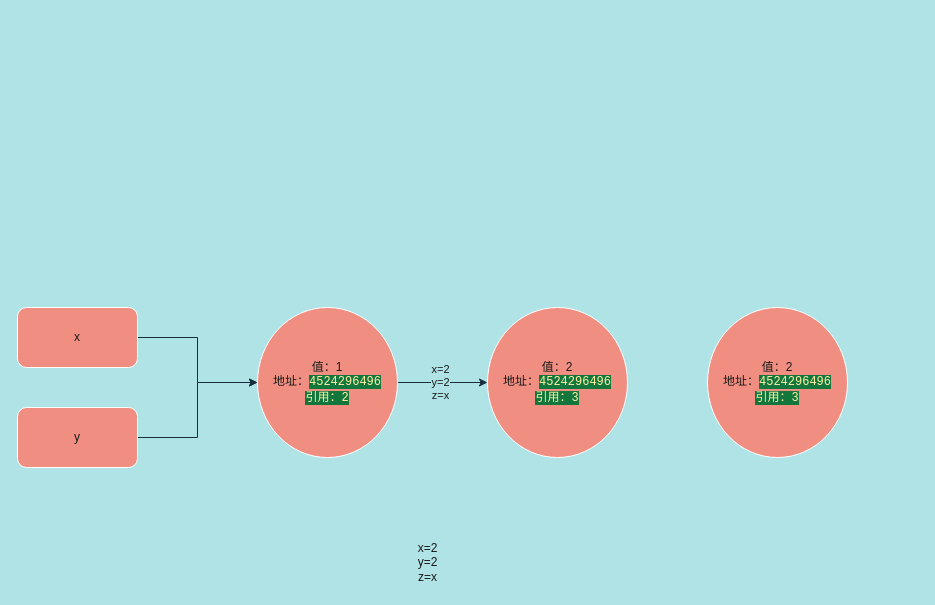
Above: page "datatype" (11 of 11) of tree/tree.drawio in Christings/wechat (draw.io), before the change. Source tidied: cells renumbered, new cells numbered last; positions are measured from the earlier drawing's top-left corner, leaving out a move shared by most shapes. Both pictures are drawn from the tidied source at 100%, with x=0, y=0 at pixel (17, 307).
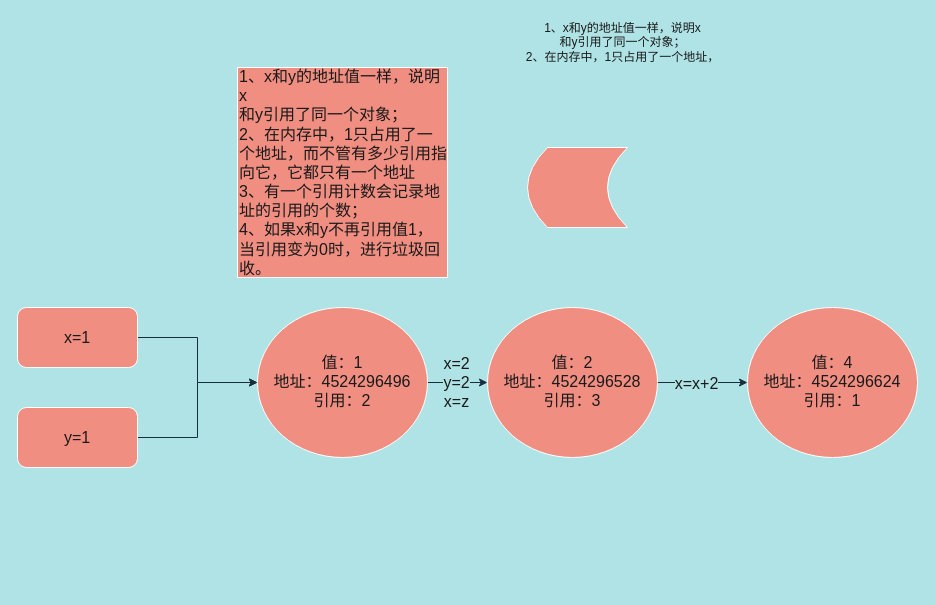
The same page after the edit.

The edit, as a diff of the source:
```diff
@@
 <mxGraphModel background="#B0E3E6">
   <root>
     <mxCell id="0" />
     <mxCell id="1" parent="0" />
-    <mxCell id="2" style="edgeStyle=orthogonalEdgeStyle;rounded=0;jettySize=auto;html=1;labelBackgroundColor=#B0E3E6;strokeColor=#182E3E;fontColor=#1A1A1A;" parent="1" edge="1" source="3" target="8">
+    <mxCell id="2" style="edgeStyle=orthogonalEdgeStyle;rounded=0;jettySize=auto;html=1;strokeColor=#182E3E;fontColor=#1A1A1A;fontSize=16;labelBackgroundColor=#B0E3E6;" parent="1" edge="1" source="3" target="8">
       <mxGeometry relative="1" as="geometry" />
     </mxCell>
-    <mxCell id="3" value="x" style="rounded=1;whiteSpace=wrap;html=1;fillColor=#F08E81;strokeColor=#FFFFFF;fontColor=#1A1A1A;" parent="1" vertex="1">
+    <mxCell id="3" value="x=1" style="rounded=1;whiteSpace=wrap;html=1;fillColor=#F08E81;strokeColor=#FFFFFF;fontColor=#1A1A1A;fontSize=16;" parent="1" vertex="1">
       <mxGeometry width="120" height="60" as="geometry" />
     </mxCell>
-    <mxCell id="4" style="edgeStyle=orthogonalEdgeStyle;rounded=0;jettySize=auto;html=1;labelBackgroundColor=#B0E3E6;strokeColor=#182E3E;fontColor=#1A1A1A;" parent="1" edge="1" source="5" target="8">
+    <mxCell id="4" style="edgeStyle=orthogonalEdgeStyle;rounded=0;jettySize=auto;html=1;strokeColor=#182E3E;fontColor=#1A1A1A;fontSize=16;labelBackgroundColor=#B0E3E6;" parent="1" edge="1" source="5" target="8">
       <mxGeometry relative="1" as="geometry" />
     </mxCell>
-    <mxCell id="5" value="y" style="rounded=1;whiteSpace=wrap;html=1;fillColor=#F08E81;strokeColor=#FFFFFF;fontColor=#1A1A1A;" parent="1" vertex="1">
+    <mxCell id="5" value="y=1" style="rounded=1;whiteSpace=wrap;html=1;fillColor=#F08E81;strokeColor=#FFFFFF;fontColor=#1A1A1A;fontSize=16;" parent="1" vertex="1">
       <mxGeometry y="100" width="120" height="60" as="geometry" />
     </mxCell>
-    <mxCell id="6" style="edgeStyle=orthogonalEdgeStyle;rounded=0;jettySize=auto;html=1;labelBackgroundColor=#B0E3E6;strokeColor=#182E3E;fontColor=#1A1A1A;" parent="1" edge="1" source="8">
+    <mxCell id="6" style="edgeStyle=orthogonalEdgeStyle;rounded=0;jettySize=auto;html=1;strokeColor=#182E3E;fontColor=#1A1A1A;fontSize=16;labelBackgroundColor=#B0E3E6;" parent="1" edge="1" source="8">
       <mxGeometry relative="1" as="geometry">
         <mxPoint x="470" y="75" as="targetPoint" />
       </mxGeometry>
     </mxCell>
-    <mxCell id="7" value="x=2&lt;br&gt;y=2&lt;br&gt;z=x" style="edgeLabel;html=1;align=center;verticalAlign=middle;labelBackgroundColor=#B0E3E6;fontColor=#1A1A1A;" parent="6" vertex="1">
+    <mxCell id="7" value="x=2&lt;br&gt;y=2&lt;br&gt;x=z" style="edgeLabel;html=1;align=center;verticalAlign=middle;fontColor=#1A1A1A;fontSize=16;labelBackgroundColor=#B0E3E6;" parent="6" vertex="1">
       <mxGeometry x="-0.07" y="1" relative="1" as="geometry" />
     </mxCell>
-    <mxCell id="8" value="值：1&lt;br&gt;地址：&lt;span style=&quot;background-color: rgb(19 , 119 , 61) ; color: rgb(255 , 240 , 165) ; font-family: &amp;#34;courier&amp;#34;&quot;&gt;4524296496&lt;br&gt;引用：2&lt;br&gt;&lt;/span&gt;" style="ellipse;whiteSpace=wrap;html=1;fillColor=#F08E81;strokeColor=#FFFFFF;fontColor=#1A1A1A;" parent="1" vertex="1">
-      <mxGeometry x="240" width="140" height="150" as="geometry" />
+    <mxCell id="8" value="值：1&lt;br&gt;地址：4524296496&lt;br&gt;引用：2&lt;span style=&quot;background-color: rgb(19 , 119 , 61) ; color: rgb(255 , 240 , 165) ; font-family: &amp;#34;courier&amp;#34; ; font-size: 16px&quot;&gt;&lt;br style=&quot;font-size: 16px&quot;&gt;&lt;/span&gt;" style="ellipse;whiteSpace=wrap;html=1;fillColor=#F08E81;strokeColor=#FFFFFF;fontColor=#1A1A1A;fontSize=16;" parent="1" vertex="1">
+      <mxGeometry x="240" width="170" height="150" as="geometry" />
     </mxCell>
-    <mxCell id="9" value="值：2&lt;br&gt;地址：&lt;span style=&quot;background-color: rgb(19 , 119 , 61) ; color: rgb(255 , 240 , 165) ; font-family: &amp;#34;courier&amp;#34;&quot;&gt;4524296496&lt;br&gt;引用：3&lt;br&gt;&lt;/span&gt;" style="ellipse;whiteSpace=wrap;html=1;fillColor=#F08E81;strokeColor=#FFFFFF;fontColor=#1A1A1A;" parent="1" vertex="1">
-      <mxGeometry x="470" width="140" height="150" as="geometry" />
-    </mxCell>
-    <mxCell id="10" value="x=2&lt;br&gt;y=2&lt;br&gt;z=x" style="text;html=1;align=center;verticalAlign=middle;strokeColor=none;fontColor=#1A1A1A;" parent="1" vertex="1">
-      <mxGeometry x="390" y="230" width="40" height="50" as="geometry" />
-    </mxCell>
-    <mxCell id="11" value="值：2&lt;br&gt;地址：&lt;span style=&quot;background-color: rgb(19 , 119 , 61) ; color: rgb(255 , 240 , 165) ; font-family: &amp;#34;courier&amp;#34;&quot;&gt;4524296496&lt;br&gt;引用：3&lt;br&gt;&lt;/span&gt;" style="ellipse;whiteSpace=wrap;html=1;fillColor=#F08E81;strokeColor=#FFFFFF;fontColor=#1A1A1A;" parent="1" vertex="1">
-      <mxGeometry x="690" width="140" height="150" as="geometry" />
-    </mxCell>
+    <mxCell id="12" style="edgeStyle=orthogonalEdgeStyle;curved=0;rounded=1;sketch=0;jettySize=auto;html=1;fontSize=16;fontColor=#1A1A1A;strokeColor=#182E3E;labelBackgroundColor=#B0E3E6;" parent="1" edge="1" source="14" target="15">
+      <mxGeometry relative="1" as="geometry" />
+    </mxCell>
+    <mxCell id="13" value="x=x+2" style="edgeLabel;html=1;align=center;verticalAlign=middle;fontSize=16;fontColor=#1A1A1A;labelBackgroundColor=#B0E3E6;" parent="12" vertex="1">
+      <mxGeometry x="-0.16" relative="1" as="geometry" />
+    </mxCell>
+    <mxCell id="14" value="值：2&lt;br&gt;地址：4524296528&lt;br&gt;引用：3&lt;span style=&quot;background-color: rgb(19 , 119 , 61) ; color: rgb(255 , 240 , 165) ; font-family: &amp;#34;courier&amp;#34; ; font-size: 16px&quot;&gt;&lt;br style=&quot;font-size: 16px&quot;&gt;&lt;/span&gt;" style="ellipse;whiteSpace=wrap;html=1;fillColor=#F08E81;strokeColor=#FFFFFF;fontColor=#1A1A1A;fontSize=16;" parent="1" vertex="1">
+      <mxGeometry x="470" width="170" height="150" as="geometry" />
+    </mxCell>
+    <mxCell id="15" value="值：4&lt;br&gt;地址：4524296624&lt;br&gt;引用：1&lt;span style=&quot;background-color: rgb(19 , 119 , 61) ; color: rgb(255 , 240 , 165) ; font-family: &amp;#34;courier&amp;#34; ; font-size: 16px&quot;&gt;&lt;br style=&quot;font-size: 16px&quot;&gt;&lt;/span&gt;" style="ellipse;whiteSpace=wrap;html=1;fillColor=#F08E81;strokeColor=#FFFFFF;fontColor=#1A1A1A;fontSize=16;" parent="1" vertex="1">
+      <mxGeometry x="730" width="170" height="150" as="geometry" />
+    </mxCell>
+    <mxCell id="16" value="&lt;span&gt;1、x和y的地址值一样，说明x&lt;/span&gt;&lt;br&gt;&lt;span&gt;和y引用了同一个对象；&lt;br&gt;2、在内存中，1只占用了一个地址，&lt;br&gt;&lt;/span&gt;" style="text;html=1;align=center;verticalAlign=middle;strokeColor=none;fontColor=#1A1A1A;" parent="1" vertex="1">
+      <mxGeometry x="500" y="-290" width="210" height="50" as="geometry" />
+    </mxCell>
+    <mxCell id="17" value="&lt;span style=&quot;color: rgb(26, 26, 26); font-family: helvetica; font-size: 16px; font-style: normal; font-weight: 400; letter-spacing: normal; text-indent: 0px; text-transform: none; word-spacing: 0px;&quot;&gt;1、x和y的地址值一样，说明x&lt;/span&gt;&lt;br style=&quot;color: rgb(26, 26, 26); font-family: helvetica; font-size: 16px; font-style: normal; font-weight: 400; letter-spacing: normal; text-indent: 0px; text-transform: none; word-spacing: 0px;&quot;&gt;&lt;span style=&quot;color: rgb(26, 26, 26); font-family: helvetica; font-size: 16px; font-style: normal; font-weight: 400; letter-spacing: normal; text-indent: 0px; text-transform: none; word-spacing: 0px;&quot;&gt;和y引用了同一个对象；&lt;br style=&quot;font-size: 16px;&quot;&gt;2、在内存中，1只占用了一个地址，而不管有多少引用指向它，它都只有一个地址&lt;br style=&quot;font-size: 16px;&quot;&gt;3、有一个引用计数会记录地址的引用的个数；&lt;br style=&quot;font-size: 16px;&quot;&gt;4、如果x和y不再引用值1，当引用变为0时，进行垃圾回收。&lt;br style=&quot;font-size: 16px;&quot;&gt;&lt;/span&gt;" style="whiteSpace=wrap;html=1;rounded=0;sketch=0;fillColor=#F08E81;strokeColor=#FFFFFF;fontColor=#1A1A1A;fontSize=16;align=left;" parent="1" vertex="1">
+      <mxGeometry x="220" y="-240" width="210" height="210" as="geometry" />
+    </mxCell>
+    <mxCell id="18" style="shape=dataStorage;whiteSpace=wrap;html=1;fixedSize=1;rounded=0;sketch=0;fontSize=16;fontColor=#1A1A1A;strokeColor=#FFFFFF;fillColor=#F08E81;align=left;" parent="1" vertex="1">
+      <mxGeometry x="510" y="-160" width="100" height="80" as="geometry" />
+    </mxCell>
   </root>
 </mxGraphModel>
```
